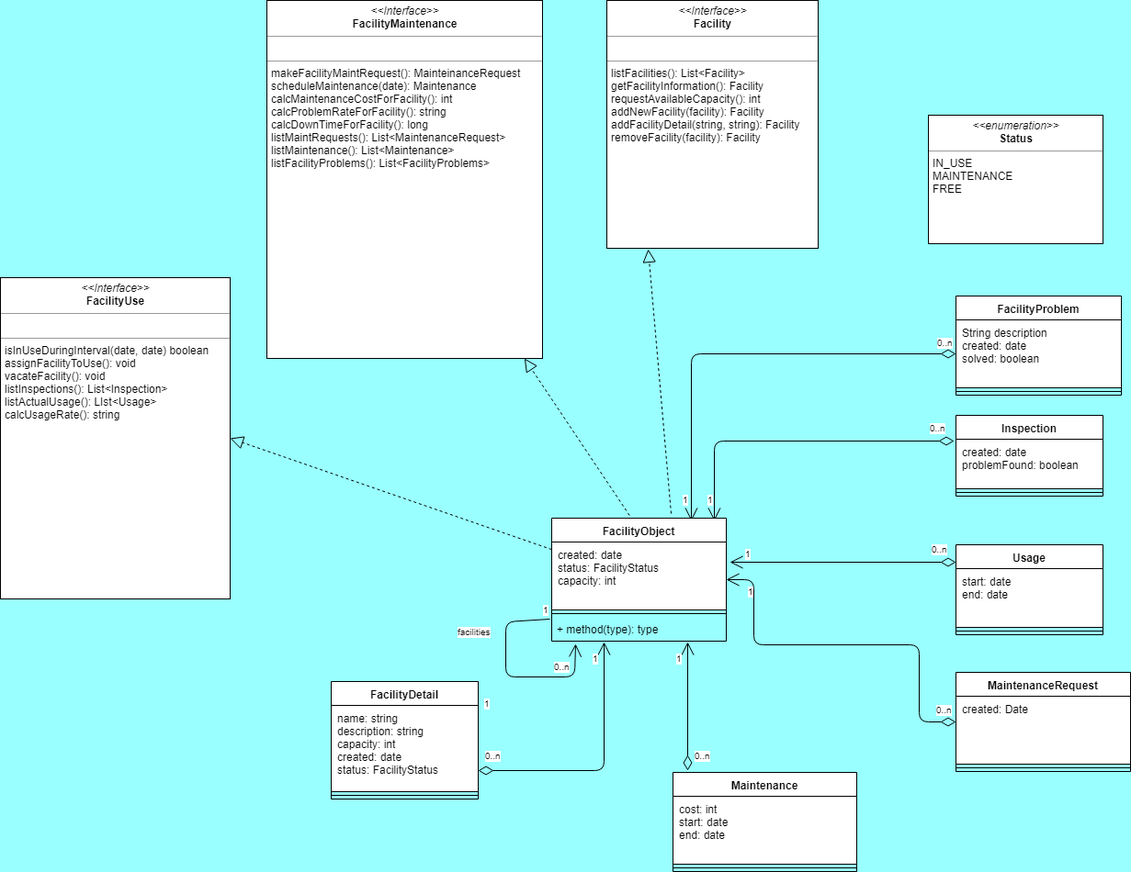
This is UML Diagrams/Domain.png from Exzoz/Facility_Mgmt_System, a draw.io export, as it was before one commit. Source tidied: cells renumbered, new cells last; positions are measured from the earlier drawing's top-left corner, leaving out a move shared by most shapes.
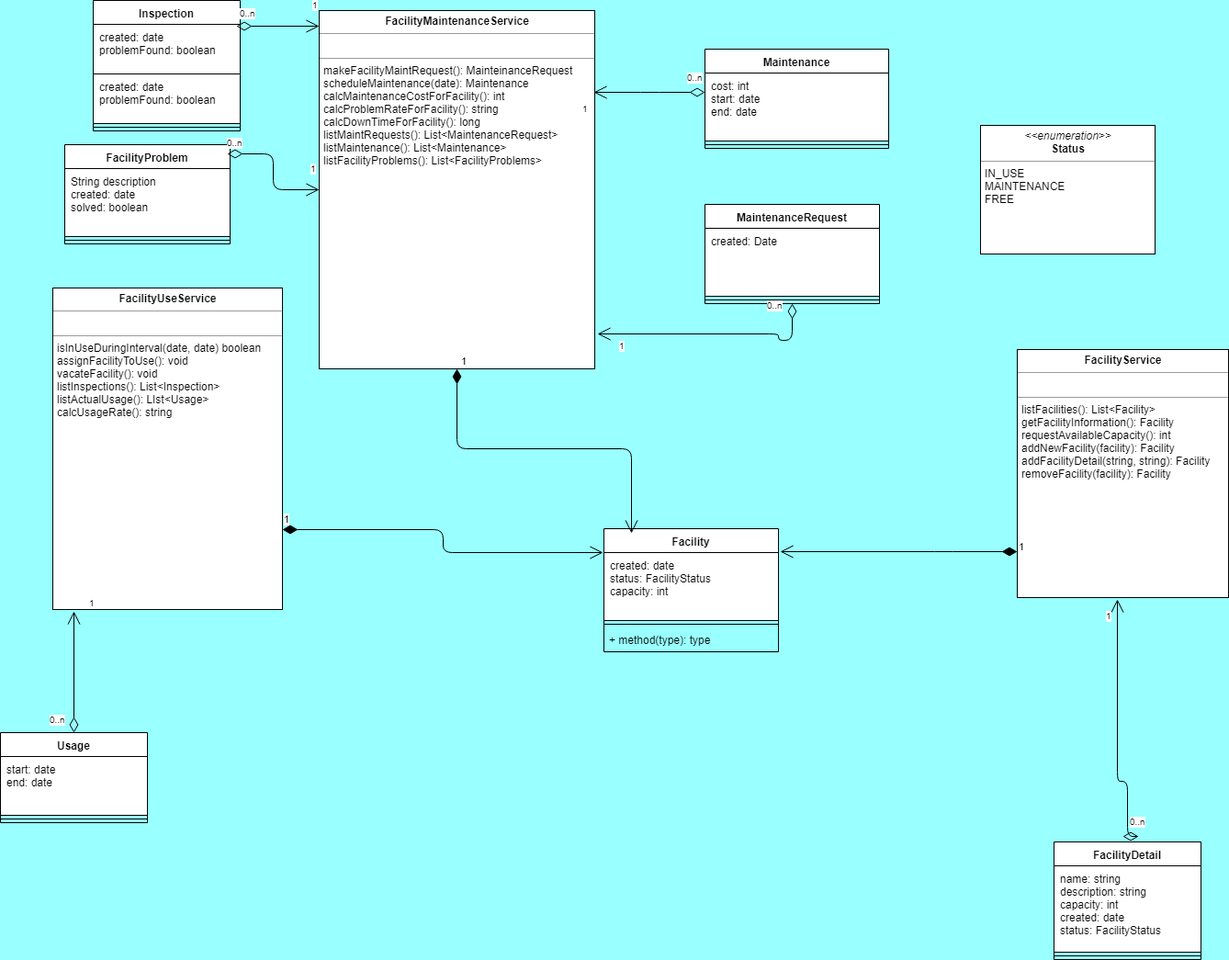
Later version of the same file.

Commit message:
domain uml updated

Diff of the diagram source:
```diff
@@ -4,24 +4,13 @@
     <mxCell id="1" parent="0" />
-    <mxCell id="2" value="&lt;p style=&quot;margin: 0px ; margin-top: 4px ; text-align: center&quot;&gt;&lt;i&gt;&amp;lt;&amp;lt;Interface&amp;gt;&amp;gt;&lt;/i&gt;&lt;br&gt;&lt;b&gt;FacilityUse&lt;/b&gt;&lt;/p&gt;&lt;hr size=&quot;1&quot;&gt;&lt;p style=&quot;margin: 0px ; margin-left: 4px&quot;&gt;&lt;br&gt;&lt;/p&gt;&lt;hr size=&quot;1&quot;&gt;&lt;p style=&quot;margin: 0px ; margin-left: 4px&quot;&gt;isInUseDuringInterval(date, date) boolean&lt;br&gt;assignFacilityToUse(): void&lt;/p&gt;&lt;p style=&quot;margin: 0px ; margin-left: 4px&quot;&gt;vacateFacility(): void&lt;/p&gt;&lt;p style=&quot;margin: 0px ; margin-left: 4px&quot;&gt;listInspections(): List&amp;lt;Inspection&amp;gt;&lt;/p&gt;&lt;p style=&quot;margin: 0px ; margin-left: 4px&quot;&gt;listActualUsage(): LIst&amp;lt;Usage&amp;gt;&lt;/p&gt;&lt;p style=&quot;margin: 0px ; margin-left: 4px&quot;&gt;calcUsageRate(): string&lt;/p&gt;" style="verticalAlign=top;align=left;overflow=fill;fontSize=12;fontFamily=Helvetica;html=1;" parent="1" vertex="1">
+    <mxCell id="2" value="&lt;p style=&quot;margin: 0px ; margin-top: 4px ; text-align: center&quot;&gt;&lt;b&gt;FacilityUseService&lt;/b&gt;&lt;/p&gt;&lt;hr size=&quot;1&quot;&gt;&lt;p style=&quot;margin: 0px ; margin-left: 4px&quot;&gt;&lt;br&gt;&lt;/p&gt;&lt;hr size=&quot;1&quot;&gt;&lt;p style=&quot;margin: 0px ; margin-left: 4px&quot;&gt;isInUseDuringInterval(date, date) boolean&lt;br&gt;assignFacilityToUse(): void&lt;/p&gt;&lt;p style=&quot;margin: 0px ; margin-left: 4px&quot;&gt;vacateFacility(): void&lt;/p&gt;&lt;p style=&quot;margin: 0px ; margin-left: 4px&quot;&gt;listInspections(): List&amp;lt;Inspection&amp;gt;&lt;/p&gt;&lt;p style=&quot;margin: 0px ; margin-left: 4px&quot;&gt;listActualUsage(): LIst&amp;lt;Usage&amp;gt;&lt;/p&gt;&lt;p style=&quot;margin: 0px ; margin-left: 4px&quot;&gt;calcUsageRate(): string&lt;/p&gt;" style="verticalAlign=top;align=left;overflow=fill;fontSize=12;fontFamily=Helvetica;html=1;" parent="1" vertex="1">
       <mxGeometry y="302" width="250" height="350" as="geometry" />
     </mxCell>
-    <mxCell id="3" value="&lt;p style=&quot;margin: 0px ; margin-top: 4px ; text-align: center&quot;&gt;&lt;i&gt;&amp;lt;&amp;lt;Interface&amp;gt;&amp;gt;&lt;/i&gt;&lt;br&gt;&lt;b&gt;FacilityMaintenance&lt;/b&gt;&lt;/p&gt;&lt;hr size=&quot;1&quot;&gt;&lt;p style=&quot;margin: 0px ; margin-left: 4px&quot;&gt;&lt;br&gt;&lt;/p&gt;&lt;hr size=&quot;1&quot;&gt;&lt;p style=&quot;margin: 0px ; margin-left: 4px&quot;&gt;makeFacilityMaintRequest(): MainteinanceRequest&lt;br&gt;scheduleMaintenance(date): Maintenance&lt;/p&gt;&lt;p style=&quot;margin: 0px ; margin-left: 4px&quot;&gt;calcMaintenanceCostForFacility(): int&lt;/p&gt;&lt;p style=&quot;margin: 0px ; margin-left: 4px&quot;&gt;calcProblemRateForFacility(): string&lt;/p&gt;&lt;p style=&quot;margin: 0px ; margin-left: 4px&quot;&gt;calcDownTimeForFacility(): long&lt;/p&gt;&lt;p style=&quot;margin: 0px ; margin-left: 4px&quot;&gt;listMaintRequests(): List&amp;lt;MaintenanceRequest&amp;gt;&lt;/p&gt;&lt;p style=&quot;margin: 0px ; margin-left: 4px&quot;&gt;listMaintenance(): List&amp;lt;Maintenance&amp;gt;&lt;/p&gt;&lt;p style=&quot;margin: 0px ; margin-left: 4px&quot;&gt;listFacilityProblems(): List&amp;lt;FacilityProblems&amp;gt;&lt;/p&gt;" style="verticalAlign=top;align=left;overflow=fill;fontSize=12;fontFamily=Helvetica;html=1;" parent="1" vertex="1">
+    <mxCell id="3" value="&lt;p style=&quot;margin: 0px ; margin-top: 4px ; text-align: center&quot;&gt;&lt;b&gt;FacilityMaintenanceService&lt;/b&gt;&lt;/p&gt;&lt;hr size=&quot;1&quot;&gt;&lt;p style=&quot;margin: 0px ; margin-left: 4px&quot;&gt;&lt;br&gt;&lt;/p&gt;&lt;hr size=&quot;1&quot;&gt;&lt;p style=&quot;margin: 0px ; margin-left: 4px&quot;&gt;makeFacilityMaintRequest(): MainteinanceRequest&lt;br&gt;scheduleMaintenance(date): Maintenance&lt;/p&gt;&lt;p style=&quot;margin: 0px ; margin-left: 4px&quot;&gt;calcMaintenanceCostForFacility(): int&lt;/p&gt;&lt;p style=&quot;margin: 0px ; margin-left: 4px&quot;&gt;calcProblemRateForFacility(): string&lt;/p&gt;&lt;p style=&quot;margin: 0px ; margin-left: 4px&quot;&gt;calcDownTimeForFacility(): long&lt;/p&gt;&lt;p style=&quot;margin: 0px ; margin-left: 4px&quot;&gt;listMaintRequests(): List&amp;lt;MaintenanceRequest&amp;gt;&lt;/p&gt;&lt;p style=&quot;margin: 0px ; margin-left: 4px&quot;&gt;listMaintenance(): List&amp;lt;Maintenance&amp;gt;&lt;/p&gt;&lt;p style=&quot;margin: 0px ; margin-left: 4px&quot;&gt;listFacilityProblems(): List&amp;lt;FacilityProblems&amp;gt;&lt;/p&gt;" style="verticalAlign=top;align=left;overflow=fill;fontSize=12;fontFamily=Helvetica;html=1;" parent="1" vertex="1">
       <mxGeometry x="290" width="300" height="390" as="geometry" />
     </mxCell>
-    <mxCell id="4" value="&lt;p style=&quot;margin: 0px ; margin-top: 4px ; text-align: center&quot;&gt;&lt;i&gt;&amp;lt;&amp;lt;Interface&amp;gt;&amp;gt;&lt;/i&gt;&lt;br&gt;&lt;b&gt;Facility&lt;/b&gt;&lt;/p&gt;&lt;hr size=&quot;1&quot;&gt;&lt;p style=&quot;margin: 0px ; margin-left: 4px&quot;&gt;&lt;br&gt;&lt;/p&gt;&lt;hr size=&quot;1&quot;&gt;&lt;p style=&quot;margin: 0px ; margin-left: 4px&quot;&gt;listFacilities(): List&amp;lt;Facility&amp;gt;&lt;/p&gt;&lt;p style=&quot;margin: 0px ; margin-left: 4px&quot;&gt;getFacilityInformation(): Facility&lt;/p&gt;&lt;p style=&quot;margin: 0px ; margin-left: 4px&quot;&gt;requestAvailableCapacity(): int&lt;/p&gt;&lt;p style=&quot;margin: 0px ; margin-left: 4px&quot;&gt;addNewFacility(facility): Facility&lt;/p&gt;&lt;p style=&quot;margin: 0px ; margin-left: 4px&quot;&gt;addFacilityDetail(string, string): Facility&lt;/p&gt;&lt;p style=&quot;margin: 0px ; margin-left: 4px&quot;&gt;removeFacility(facility): Facility&lt;br&gt;&lt;/p&gt;" style="verticalAlign=top;align=left;overflow=fill;fontSize=12;fontFamily=Helvetica;html=1;" parent="1" vertex="1">
-      <mxGeometry x="660" width="230" height="270" as="geometry" />
+    <mxCell id="4" value="&lt;p style=&quot;margin: 0px ; margin-top: 4px ; text-align: center&quot;&gt;&lt;b&gt;FacilityService&lt;/b&gt;&lt;/p&gt;&lt;hr size=&quot;1&quot;&gt;&lt;p style=&quot;margin: 0px ; margin-left: 4px&quot;&gt;&lt;br&gt;&lt;/p&gt;&lt;hr size=&quot;1&quot;&gt;&lt;p style=&quot;margin: 0px ; margin-left: 4px&quot;&gt;listFacilities(): List&amp;lt;Facility&amp;gt;&lt;/p&gt;&lt;p style=&quot;margin: 0px ; margin-left: 4px&quot;&gt;getFacilityInformation(): Facility&lt;/p&gt;&lt;p style=&quot;margin: 0px ; margin-left: 4px&quot;&gt;requestAvailableCapacity(): int&lt;/p&gt;&lt;p style=&quot;margin: 0px ; margin-left: 4px&quot;&gt;addNewFacility(facility): Facility&lt;/p&gt;&lt;p style=&quot;margin: 0px ; margin-left: 4px&quot;&gt;addFacilityDetail(string, string): Facility&lt;/p&gt;&lt;p style=&quot;margin: 0px ; margin-left: 4px&quot;&gt;removeFacility(facility): Facility&lt;br&gt;&lt;/p&gt;" style="verticalAlign=top;align=left;overflow=fill;fontSize=12;fontFamily=Helvetica;html=1;" parent="1" vertex="1">
+      <mxGeometry x="1050" y="369" width="230" height="270" as="geometry" />
     </mxCell>
-    <mxCell id="5" style="endArrow=block;dashed=1;endFill=0;endSize=12;html=1;entryX=1;entryY=0.5;entryDx=0;entryDy=0;" parent="1" edge="1" source="40" target="2">
-      <mxGeometry relative="1" as="geometry" />
-    </mxCell>
-    <mxCell id="6" style="endArrow=block;dashed=1;endFill=0;endSize=12;html=1;exitX=0.463;exitY=0.015;exitDx=0;exitDy=0;exitPerimeter=0;" parent="1" edge="1" source="40" target="3">
-      <mxGeometry relative="1" as="geometry" />
-    </mxCell>
-    <mxCell id="7" style="endArrow=block;dashed=1;endFill=0;endSize=12;html=1;entryX=0.195;entryY=1.004;entryDx=0;entryDy=0;entryPerimeter=0;" parent="1" edge="1" target="4">
-      <mxGeometry relative="1" as="geometry">
-        <mxPoint x="730" y="559" as="sourcePoint" />
-      </mxGeometry>
-    </mxCell>
     <mxCell id="8" value="MaintenanceRequest" style="swimlane;fontStyle=1;align=center;verticalAlign=top;horizontal=1;startSize=26;" parent="1" vertex="1">
-      <mxGeometry x="1040" y="732" width="190" height="108" as="geometry" />
+      <mxGeometry x="710" y="211" width="190" height="108" as="geometry" />
     </mxCell>
@@ -34,3 +23,3 @@
     <mxCell id="11" value="Maintenance" style="swimlane;fontStyle=1;align=center;verticalAlign=top;horizontal=1;startSize=26;" parent="1" vertex="1">
-      <mxGeometry x="732" y="841" width="200" height="108" as="geometry" />
+      <mxGeometry x="710" y="42" width="200" height="108" as="geometry" />
     </mxCell>
@@ -42,7 +31,7 @@
     </mxCell>
-    <mxCell id="14" style="endArrow=open;html=1;endSize=12;startArrow=diamondThin;startSize=14;startFill=0;edgeStyle=orthogonalEdgeStyle;entryX=0.779;entryY=1.038;entryDx=0;entryDy=0;entryPerimeter=0;" parent="1" edge="1" target="43">
+    <mxCell id="14" style="endArrow=open;html=1;endSize=12;startArrow=diamondThin;startSize=14;startFill=0;edgeStyle=orthogonalEdgeStyle;entryX=0.997;entryY=0.228;entryDx=0;entryDy=0;entryPerimeter=0;exitX=0;exitY=0.284;exitDx=0;exitDy=0;exitPerimeter=0;" parent="1" edge="1" source="12" target="3">
       <mxGeometry relative="1" as="geometry">
-        <mxPoint x="748" y="839" as="sourcePoint" />
         <Array as="points">
-          <mxPoint x="748" y="839" />
+          <mxPoint x="650" y="89" />
+          <mxPoint x="650" y="89" />
         </Array>
@@ -52,3 +41,3 @@
       <mxGeometry x="-1" relative="1" as="geometry">
-        <mxPoint x="5" y="-29" as="offset" />
+        <mxPoint x="-22" y="-29" as="offset" />
       </mxGeometry>
@@ -64,3 +53,3 @@
     <mxCell id="18" value="Inspection&#10;&#10;" style="swimlane;fontStyle=1;align=center;verticalAlign=top;horizontal=1;startSize=26;" parent="1" vertex="1">
-      <mxGeometry x="1040" y="452" width="160" height="88" as="geometry" />
+      <mxGeometry x="44" y="-11" width="160" height="142" as="geometry" />
     </mxCell>
@@ -69,7 +58,13 @@
     </mxCell>
+    <mxCell id="54" value="created: date&#10;problemFound: boolean&#10;&#10;" style="text;strokeColor=#000000;fillColor=#ffffff;align=left;verticalAlign=top;spacingLeft=4;spacingRight=4;overflow=hidden;" parent="18" vertex="1">
+      <mxGeometry y="80" width="160" height="54" as="geometry" />
+    </mxCell>
     <mxCell id="20" style="line;strokeWidth=1;fillColor=none;align=left;verticalAlign=middle;spacingTop=-1;spacingLeft=3;spacingRight=3;labelPosition=right;" parent="18" vertex="1">
-      <mxGeometry y="80" width="160" height="8" as="geometry" />
+      <mxGeometry y="134" width="160" height="8" as="geometry" />
     </mxCell>
-    <mxCell id="21" style="endArrow=open;html=1;endSize=12;startArrow=diamondThin;startSize=14;startFill=0;edgeStyle=orthogonalEdgeStyle;exitX=-0.012;exitY=0.037;exitDx=0;exitDy=0;exitPerimeter=0;entryX=0.932;entryY=0.022;entryDx=0;entryDy=0;entryPerimeter=0;" parent="1" edge="1" source="19" target="40">
-      <mxGeometry relative="1" as="geometry" />
+    <mxCell id="21" style="endArrow=open;html=1;endSize=12;startArrow=diamondThin;startSize=14;startFill=0;edgeStyle=orthogonalEdgeStyle;" parent="1" edge="1">
+      <mxGeometry relative="1" as="geometry">
+        <mxPoint x="200" y="17" as="sourcePoint" />
+        <mxPoint x="290" y="17" as="targetPoint" />
+      </mxGeometry>
     </mxCell>
@@ -77,3 +72,3 @@
       <mxGeometry x="-1" relative="1" as="geometry">
-        <mxPoint x="-29" y="-27" as="offset" />
+        <mxPoint x="1" y="-27" as="offset" />
       </mxGeometry>
@@ -86,3 +81,3 @@
     <mxCell id="24" value="FacilityProblem" style="swimlane;fontStyle=1;align=center;verticalAlign=top;horizontal=1;startSize=26;" parent="1" vertex="1">
-      <mxGeometry x="1040" y="322" width="180" height="108" as="geometry" />
+      <mxGeometry x="13" y="146" width="180" height="108" as="geometry" />
     </mxCell>
@@ -94,4 +89,6 @@
     </mxCell>
-    <mxCell id="27" style="endArrow=open;html=1;endSize=12;startArrow=diamondThin;startSize=14;startFill=0;edgeStyle=orthogonalEdgeStyle;exitX=0;exitY=0.5;exitDx=0;exitDy=0;entryX=0.8;entryY=0.022;entryDx=0;entryDy=0;entryPerimeter=0;" parent="1" edge="1" source="25" target="40">
-      <mxGeometry relative="1" as="geometry" />
+    <mxCell id="27" style="endArrow=open;html=1;endSize=12;startArrow=diamondThin;startSize=14;startFill=0;edgeStyle=orthogonalEdgeStyle;" parent="1" edge="1" target="3">
+      <mxGeometry relative="1" as="geometry">
+        <mxPoint x="190" y="156" as="sourcePoint" />
+      </mxGeometry>
     </mxCell>
@@ -99,3 +96,3 @@
       <mxGeometry x="-1" relative="1" as="geometry">
-        <mxPoint x="-23" y="-25" as="offset" />
+        <mxPoint x="-3" y="-25" as="offset" />
       </mxGeometry>
@@ -108,3 +105,3 @@
     <mxCell id="30" value="Usage" style="swimlane;fontStyle=1;align=center;verticalAlign=top;horizontal=1;startSize=26;" parent="1" vertex="1">
-      <mxGeometry x="1040" y="593" width="160" height="98" as="geometry" />
+      <mxGeometry x="-57" y="786" width="160" height="98" as="geometry" />
     </mxCell>
@@ -116,7 +113,4 @@
     </mxCell>
-    <mxCell id="33" style="endArrow=open;html=1;endSize=12;startArrow=diamondThin;startSize=14;startFill=0;edgeStyle=orthogonalEdgeStyle;" parent="1" edge="1">
-      <mxGeometry relative="1" as="geometry">
-        <mxPoint x="1040" y="612" as="sourcePoint" />
-        <mxPoint x="794" y="612" as="targetPoint" />
-      </mxGeometry>
+    <mxCell id="33" style="endArrow=open;html=1;endSize=12;startArrow=diamondThin;startSize=14;startFill=0;edgeStyle=orthogonalEdgeStyle;exitX=0.5;exitY=0;exitDx=0;exitDy=0;entryX=0.092;entryY=1.006;entryDx=0;entryDy=0;entryPerimeter=0;" parent="1" edge="1" source="30" target="2">
+      <mxGeometry relative="1" as="geometry" />
     </mxCell>
@@ -133,3 +127,3 @@
     <mxCell id="36" value="FacilityDetail" style="swimlane;fontStyle=1;align=center;verticalAlign=top;horizontal=1;startSize=26;" parent="1" vertex="1">
-      <mxGeometry x="360" y="742" width="160" height="128" as="geometry" />
+      <mxGeometry x="1090" y="905" width="160" height="128" as="geometry" />
     </mxCell>
@@ -141,8 +135,3 @@
     </mxCell>
-    <mxCell id="39" value="1" style="html=1;align=left;verticalAlign=bottom;labelBackgroundColor=#ffffff;fontSize=10;" parent="1" vertex="1">
-      <mxGeometry x="676" y="594" as="geometry">
-        <mxPoint x="-152" y="180" as="offset" />
-      </mxGeometry>
-    </mxCell>
-    <mxCell id="40" value="FacilityObject" style="swimlane;fontStyle=1;align=center;verticalAlign=top;horizontal=1;startSize=26;" parent="1" vertex="1">
+    <mxCell id="40" value="Facility" style="swimlane;fontStyle=1;align=center;verticalAlign=top;horizontal=1;startSize=26;" parent="1" vertex="1">
       <mxGeometry x="600" y="564" width="190" height="134" as="geometry" />
@@ -158,19 +147,8 @@
     </mxCell>
-    <mxCell id="44" style="endArrow=open;endFill=1;endSize=12;html=1;exitX=-0.011;exitY=0.892;exitDx=0;exitDy=0;exitPerimeter=0;entryX=0.137;entryY=1.115;entryDx=0;entryDy=0;entryPerimeter=0;" parent="40" edge="1" target="43">
-      <mxGeometry relative="1" as="geometry">
-        <mxPoint x="-2" y="110" as="sourcePoint" />
-        <Array as="points">
-          <mxPoint x="-50" y="113" />
-          <mxPoint x="-50" y="173" />
-          <mxPoint x="25" y="173" />
-        </Array>
-      </mxGeometry>
-    </mxCell>
-    <mxCell id="45" style="endArrow=open;html=1;endSize=12;startArrow=diamondThin;startSize=14;startFill=0;edgeStyle=orthogonalEdgeStyle;" parent="1" edge="1" source="8" target="40">
+    <mxCell id="45" style="endArrow=open;html=1;endSize=12;startArrow=diamondThin;startSize=14;startFill=0;edgeStyle=orthogonalEdgeStyle;entryX=1.01;entryY=0.903;entryDx=0;entryDy=0;entryPerimeter=0;" parent="1" edge="1" source="8" target="3">
       <mxGeometry x="0.43" y="-90" relative="1" as="geometry">
         <Array as="points">
-          <mxPoint x="1000" y="786" />
-          <mxPoint x="1000" y="702" />
-          <mxPoint x="820" y="702" />
-          <mxPoint x="820" y="631" />
+          <mxPoint x="805" y="359" />
+          <mxPoint x="790" y="359" />
+          <mxPoint x="790" y="352" />
         </Array>
@@ -180,3 +158,3 @@
       <mxGeometry x="-1" relative="1" as="geometry">
-        <mxPoint x="-24" y="-26" as="offset" />
+        <mxPoint x="-30" y="-11" as="offset" />
       </mxGeometry>
@@ -188,22 +166,8 @@
     </mxCell>
-    <mxCell id="48" value="0..n" style="html=1;align=left;verticalAlign=top;labelBackgroundColor=#ffffff;fontSize=10;" parent="1" vertex="1">
-      <mxGeometry x="595" y="742" as="geometry">
-        <mxPoint x="5" y="-29" as="offset" />
-      </mxGeometry>
-    </mxCell>
-    <mxCell id="49" value="1" style="html=1;align=left;verticalAlign=bottom;labelBackgroundColor=#ffffff;fontSize=10;" parent="1" vertex="1">
-      <mxGeometry x="682" y="735" as="geometry">
-        <mxPoint x="-94" y="-63" as="offset" />
-      </mxGeometry>
-    </mxCell>
-    <mxCell id="50" value="facilities" style="html=1;align=left;verticalAlign=top;labelBackgroundColor=#ffffff;fontSize=10;" parent="1" vertex="1">
-      <mxGeometry x="490" y="704" as="geometry">
-        <mxPoint x="5" y="-29" as="offset" />
-      </mxGeometry>
-    </mxCell>
-    <mxCell id="51" style="endArrow=open;html=1;endSize=12;startArrow=diamondThin;startSize=14;startFill=0;edgeStyle=orthogonalEdgeStyle;entryX=0.779;entryY=1.038;entryDx=0;entryDy=0;entryPerimeter=0;" parent="1" edge="1" source="37">
+    <mxCell id="51" style="endArrow=open;html=1;endSize=12;startArrow=diamondThin;startSize=14;startFill=0;edgeStyle=orthogonalEdgeStyle;entryX=0.474;entryY=1.007;entryDx=0;entryDy=0;entryPerimeter=0;" parent="1" edge="1" target="4">
       <mxGeometry relative="1" as="geometry">
-        <mxPoint x="657" y="699" as="targetPoint" />
+        <mxPoint x="1165" y="899" as="sourcePoint" />
         <Array as="points">
-          <mxPoint x="657" y="839" />
+          <mxPoint x="1170" y="839" />
+          <mxPoint x="1159" y="839" />
         </Array>
@@ -221,2 +185,16 @@
     </mxCell>
+    <mxCell id="55" value="1" style="endArrow=open;html=1;endSize=12;startArrow=diamondThin;startSize=14;startFill=1;edgeStyle=orthogonalEdgeStyle;align=left;verticalAlign=bottom;exitX=1;exitY=0.75;exitDx=0;exitDy=0;entryX=-0.005;entryY=0.194;entryDx=0;entryDy=0;entryPerimeter=0;" parent="1" edge="1" source="2" target="40">
+      <mxGeometry x="-1" y="3" relative="1" as="geometry" />
+    </mxCell>
+    <mxCell id="56" value="1" style="endArrow=open;html=1;endSize=12;startArrow=diamondThin;startSize=14;startFill=1;edgeStyle=orthogonalEdgeStyle;align=left;verticalAlign=bottom;exitX=0.5;exitY=1;exitDx=0;exitDy=0;entryX=0.158;entryY=0.037;entryDx=0;entryDy=0;entryPerimeter=0;" parent="1" edge="1" source="3" target="40">
+      <mxGeometry x="-1" y="3" relative="1" as="geometry" />
+    </mxCell>
+    <mxCell id="57" value="1" style="endArrow=open;html=1;endSize=12;startArrow=diamondThin;startSize=14;startFill=1;edgeStyle=orthogonalEdgeStyle;align=left;verticalAlign=bottom;exitX=0;exitY=0.815;exitDx=0;exitDy=0;exitPerimeter=0;entryX=1.011;entryY=0.187;entryDx=0;entryDy=0;entryPerimeter=0;" parent="1" edge="1" source="4" target="40">
+      <mxGeometry x="-1" y="3" relative="1" as="geometry">
+        <Array as="points">
+          <mxPoint x="970" y="589" />
+          <mxPoint x="970" y="589" />
+        </Array>
+      </mxGeometry>
+    </mxCell>
   </root>
```
